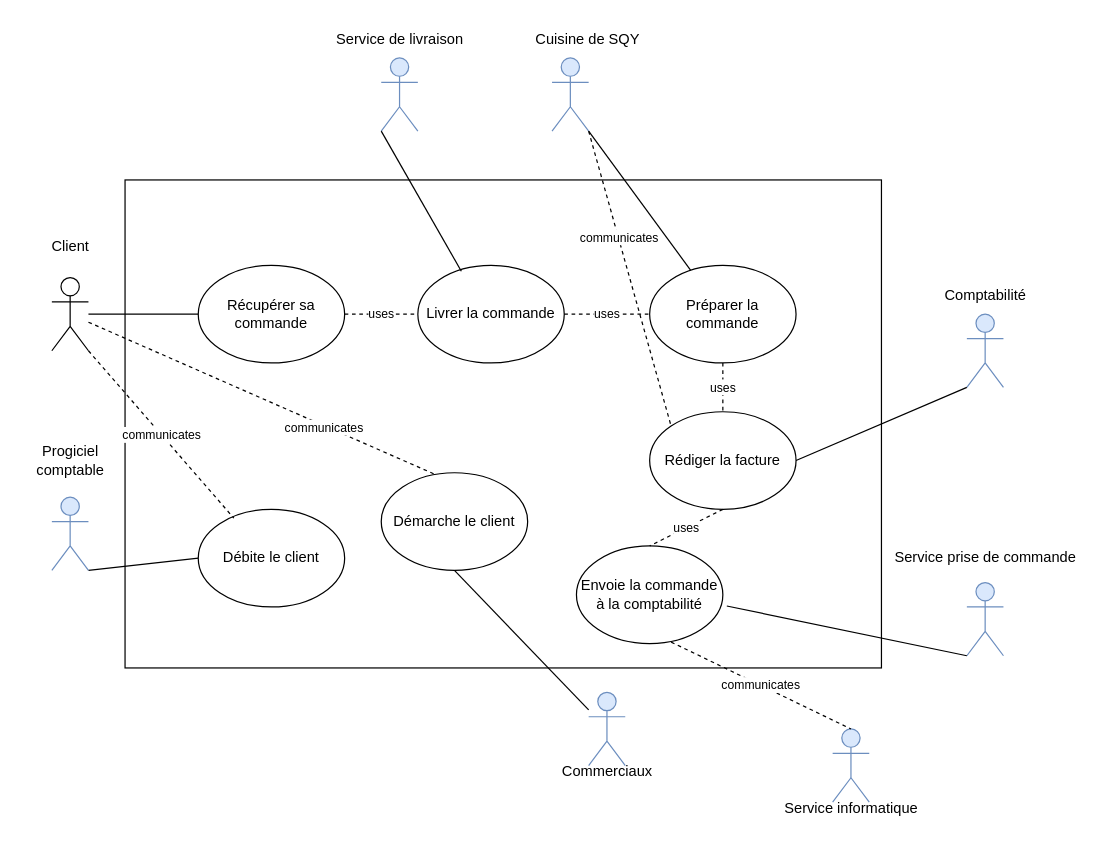
The draw.io diagram Diagramme sans nom.drawio in Pi-erren/Canard_Dodu, before the edit. Source tidied: cells renumbered, new cells numbered last; positions are measured from the earlier drawing's top-left corner, leaving out a move shared by most shapes. Both pictures are drawn from the tidied source at 122%, with x=0, y=0 at pixel (21, 21).
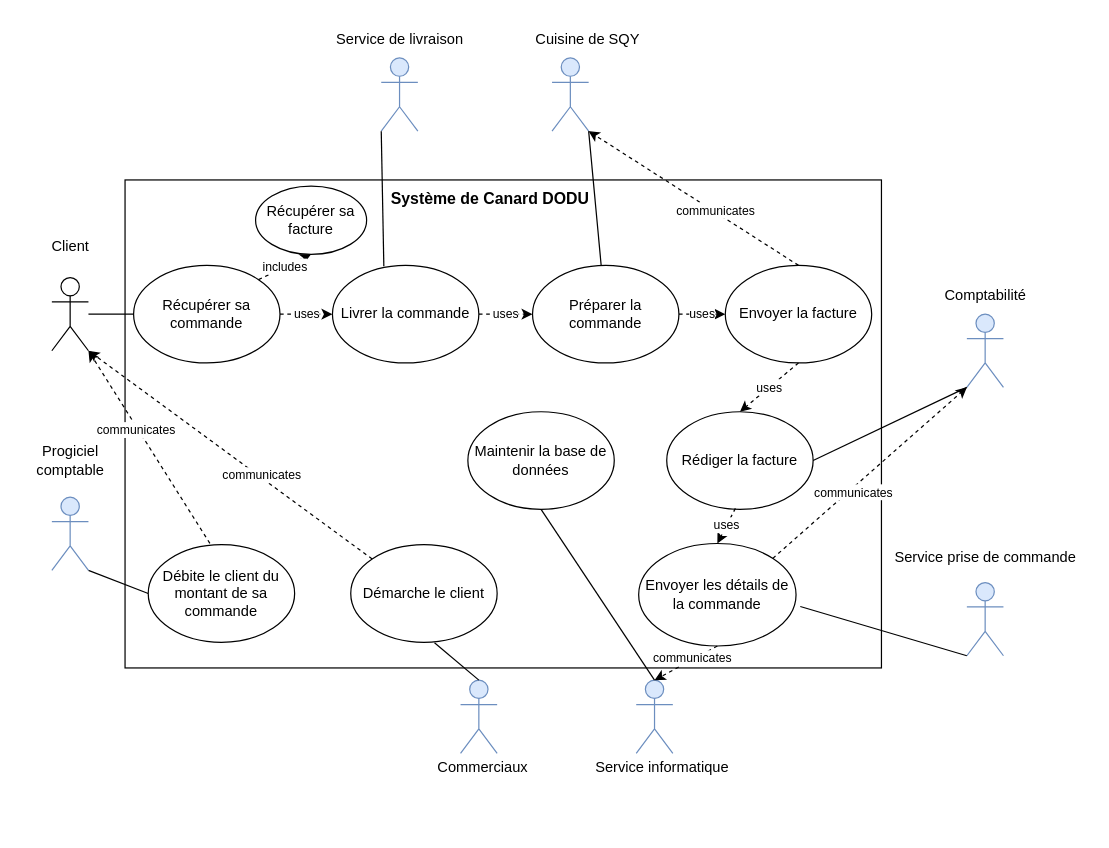
After the change.

Commit message:
Mettre à jour Diagramme sans nom.drawio

Unchanged cells that the change refers to:
```xml
<mxCell id="2" style="rounded=0;whiteSpace=wrap;html=1;" parent="1" vertex="1">
  <mxGeometry x="85" y="130" width="620" height="400" as="geometry" />
</mxCell>
<mxCell id="3" style="shape=umlActor;verticalLabelPosition=bottom;verticalAlign=top;html=1;outlineConnect=0;" parent="1" vertex="1">
  <mxGeometry x="25" y="210" width="30" height="60" as="geometry" />
</mxCell>
<mxCell id="7" style="shape=umlActor;verticalLabelPosition=bottom;verticalAlign=top;html=1;outlineConnect=0;fillColor=#dae8fc;strokeColor=#6c8ebf;" parent="1" vertex="1">
  <mxGeometry x="295" y="30" width="30" height="60" as="geometry" />
</mxCell>
<mxCell id="10" style="shape=umlActor;verticalLabelPosition=bottom;verticalAlign=top;html=1;outlineConnect=0;fillColor=#dae8fc;strokeColor=#6c8ebf;" parent="1" vertex="1">
  <mxGeometry x="435" y="30" width="30" height="60" as="geometry" />
</mxCell>
<mxCell id="14" value="&lt;blockquote style=&quot;margin: 0 0 0 40px; border: none; padding: 0px;&quot;&gt;&lt;div style=&quot;&quot;&gt;&lt;br&gt;&lt;/div&gt;&lt;/blockquote&gt;" style="shape=umlActor;verticalLabelPosition=bottom;verticalAlign=top;html=1;outlineConnect=0;fillColor=#dae8fc;strokeColor=#6c8ebf;align=center;" parent="1" vertex="1">
  <mxGeometry x="775" y="240" width="30" height="60" as="geometry" />
</mxCell>
<mxCell id="34" value="&lt;blockquote style=&quot;margin: 0 0 0 40px; border: none; padding: 0px;&quot;&gt;&lt;div style=&quot;&quot;&gt;&lt;br&gt;&lt;/div&gt;&lt;/blockquote&gt;" style="shape=umlActor;verticalLabelPosition=bottom;verticalAlign=top;html=1;outlineConnect=0;fillColor=#dae8fc;strokeColor=#6c8ebf;align=center;" parent="1" vertex="1">
  <mxGeometry x="25" y="390" width="30" height="60" as="geometry" />
</mxCell>
```

The edit, as a diff of the source:
```diff
@@
+    <mxCell id="12" value="&lt;font style=&quot;font-size: 10px;&quot;&gt;uses&lt;/font&gt;" style="edgeStyle=orthogonalEdgeStyle;rounded=0;jettySize=auto;html=1;exitX=1;exitY=0.5;exitDx=0;exitDy=0;entryX=0;entryY=0.5;entryDx=0;entryDy=0;dashed=1;" parent="1" edge="1" source="5" target="9">
+      <mxGeometry relative="1" as="geometry" />
+    </mxCell>
     <mxCell id="5" value="Récupérer sa commande" style="ellipse;whiteSpace=wrap;html=1;" parent="1" vertex="1">
-      <mxGeometry x="145" y="200" width="120" height="80" as="geometry" />
+      <mxGeometry x="92" y="200" width="120" height="80" as="geometry" />
     </mxCell>
@@
+    <mxCell id="13" value="&lt;font style=&quot;font-size: 10px;&quot;&gt;uses&lt;/font&gt;" style="edgeStyle=orthogonalEdgeStyle;rounded=0;jettySize=auto;html=1;exitX=1;exitY=0.5;exitDx=0;exitDy=0;dashed=1;" parent="1" edge="1" source="9" target="11">
+      <mxGeometry relative="1" as="geometry" />
+    </mxCell>
     <mxCell id="9" value="Livrer la commande" style="ellipse;whiteSpace=wrap;html=1;" parent="1" vertex="1">
-      <mxGeometry x="325" y="200" width="120" height="80" as="geometry" />
+      <mxGeometry x="255" y="200" width="120" height="80" as="geometry" />
     </mxCell>
@@
-    <mxCell id="11" value="Préparer la commande" style="ellipse;whiteSpace=wrap;html=1;" parent="1" vertex="1">
-      <mxGeometry x="515" y="200" width="120" height="80" as="geometry" />
-    </mxCell>
-    <mxCell id="12" value="&lt;font style=&quot;font-size: 10px;&quot;&gt;uses&lt;/font&gt;" style="endArrow=none;dashed=1;html=1;rounded=0;exitX=1;exitY=0.5;exitDx=0;exitDy=0;entryX=0;entryY=0.5;entryDx=0;entryDy=0;" parent="1" edge="1" source="5" target="9">
-      <mxGeometry relative="1" as="geometry" />
-    </mxCell>
-    <mxCell id="13" value="&lt;font style=&quot;font-size: 10px;&quot;&gt;uses&lt;/font&gt;" style="endArrow=none;dashed=1;html=1;rounded=0;entryX=0;entryY=0.5;entryDx=0;entryDy=0;" parent="1" edge="1" source="9" target="11">
-      <mxGeometry relative="1" as="geometry" />
-    </mxCell>
@@
-    <mxCell id="15" style="endArrow=none;html=1;rounded=0;entryX=0.297;entryY=0.06;entryDx=0;entryDy=0;entryPerimeter=0;textOpacity=50;exitX=0;exitY=1;exitDx=0;exitDy=0;exitPerimeter=0;" parent="1" edge="1" source="7" target="9">
+    <mxCell id="15" style="endArrow=none;html=1;rounded=0;entryX=0.351;entryY=0.009;entryDx=0;entryDy=0;entryPerimeter=0;textOpacity=50;exitX=0;exitY=1;exitDx=0;exitDy=0;exitPerimeter=0;" parent="1" edge="1" source="7" target="9">
       <mxGeometry relative="1" as="geometry" />
     </mxCell>
-    <mxCell id="16" style="endArrow=none;html=1;rounded=0;exitX=1;exitY=1;exitDx=0;exitDy=0;exitPerimeter=0;textOpacity=50;" parent="1" edge="1" source="10" target="11">
+    <mxCell id="16" style="endArrow=none;html=1;rounded=0;textOpacity=50;exitX=1;exitY=1;exitDx=0;exitDy=0;exitPerimeter=0;" parent="1" edge="1" source="10" target="11">
       <mxGeometry relative="1" as="geometry" />
     </mxCell>
     <mxCell id="17" value="Rédiger la facture" style="ellipse;whiteSpace=wrap;html=1;" parent="1" vertex="1">
-      <mxGeometry x="515" y="320" width="120" height="80" as="geometry" />
+      <mxGeometry x="529" y="320" width="120" height="80" as="geometry" />
     </mxCell>
-    <mxCell id="18" style="endArrow=none;dashed=1;html=1;rounded=0;entryX=0;entryY=0;entryDx=0;entryDy=0;exitX=1;exitY=1;exitDx=0;exitDy=0;exitPerimeter=0;" parent="1" edge="1" source="10" target="17">
-      <mxGeometry relative="1" as="geometry" />
-    </mxCell>
-    <mxCell id="19" value="&lt;font style=&quot;font-size: 10px;&quot;&gt;communicates&lt;/font&gt;" style="edgeLabel;html=1;align=center;verticalAlign=middle;" parent="18" vertex="1">
-      <mxGeometry x="-0.28" relative="1" as="geometry" />
-    </mxCell>
@@
-    <mxCell id="26" style="endArrow=none;html=1;rounded=0;exitX=1;exitY=1;exitDx=0;exitDy=0;exitPerimeter=0;entryX=0.097;entryY=0.775;entryDx=0;entryDy=0;entryPerimeter=0;" parent="1" edge="1" source="34" target="2">
+    <mxCell id="26" style="endArrow=none;html=1;rounded=0;exitX=1;exitY=1;exitDx=0;exitDy=0;exitPerimeter=0;entryX=0;entryY=0.5;entryDx=0;entryDy=0;" parent="1" edge="1" source="34" target="27">
       <mxGeometry relative="1" as="geometry" />
     </mxCell>
-    <mxCell id="27" value="Débite le client" style="ellipse;whiteSpace=wrap;html=1;" parent="1" vertex="1">
-      <mxGeometry x="145" y="400" width="120" height="80" as="geometry" />
+    <mxCell id="27" value="Débite le client du montant de sa commande" style="ellipse;whiteSpace=wrap;html=1;" parent="1" vertex="1">
+      <mxGeometry x="104" y="429" width="120" height="80" as="geometry" />
     </mxCell>
-    <mxCell id="28" value="&lt;font style=&quot;font-size: 10px;&quot;&gt;communicates&lt;/font&gt;" style="endArrow=none;dashed=1;html=1;rounded=0;exitX=1;exitY=1;exitDx=0;exitDy=0;exitPerimeter=0;entryX=0.243;entryY=0.09;entryDx=0;entryDy=0;entryPerimeter=0;" parent="1" edge="1" source="3" target="27">
-      <mxGeometry relative="1" as="geometry" />
-    </mxCell>
@@
-    <mxCell id="30" value="Envoie la commande à la comptabilité" style="ellipse;whiteSpace=wrap;html=1;" parent="1" vertex="1">
-      <mxGeometry x="455" y="430" width="120" height="80" as="geometry" />
+    <mxCell id="30" value="Envoyer les détails de la commande" style="ellipse;whiteSpace=wrap;html=1;" parent="1" vertex="1">
+      <mxGeometry x="506" y="428" width="129" height="84" as="geometry" />
     </mxCell>
-    <mxCell id="31" value="&lt;font style=&quot;font-size: 10px;&quot;&gt;uses&lt;/font&gt;" style="endArrow=none;dashed=1;html=1;rounded=0;entryX=0.5;entryY=0;entryDx=0;entryDy=0;exitX=0.5;exitY=1;exitDx=0;exitDy=0;" parent="1" edge="1" source="11" target="17">
-      <mxGeometry relative="1" as="geometry" />
-    </mxCell>
-    <mxCell id="32" value="&lt;font style=&quot;font-size: 10px;&quot;&gt;uses&lt;/font&gt;" style="endArrow=none;dashed=1;html=1;rounded=0;entryX=0.5;entryY=0;entryDx=0;entryDy=0;exitX=0.5;exitY=1;exitDx=0;exitDy=0;" parent="1" edge="1" source="17" target="30">
-      <mxGeometry relative="1" as="geometry" />
-    </mxCell>
@@
     <mxCell id="36" value="&lt;blockquote style=&quot;margin: 0 0 0 40px; border: none; padding: 0px;&quot;&gt;&lt;div style=&quot;&quot;&gt;&lt;br&gt;&lt;/div&gt;&lt;/blockquote&gt;" style="shape=umlActor;verticalLabelPosition=bottom;verticalAlign=top;html=1;outlineConnect=0;fillColor=#dae8fc;strokeColor=#6c8ebf;align=center;" parent="1" vertex="1">
-      <mxGeometry x="665" y="580" width="30" height="60" as="geometry" />
+      <mxGeometry x="504" y="540" width="30" height="60" as="geometry" />
     </mxCell>
     <mxCell id="37" value="Service informatique&lt;br&gt;" style="text;html=1;align=center;verticalAlign=middle;strokeColor=none;fillColor=none;" parent="1" vertex="1">
-      <mxGeometry x="615" y="630" width="130" height="30" as="geometry" />
+      <mxGeometry x="460" y="597" width="130" height="30" as="geometry" />
     </mxCell>
-    <mxCell id="38" value="&lt;font style=&quot;font-size: 10px;&quot;&gt;communicates&lt;/font&gt;" style="endArrow=none;dashed=1;html=1;rounded=0;exitX=0.647;exitY=0.985;exitDx=0;exitDy=0;entryX=0.5;entryY=0;entryDx=0;entryDy=0;entryPerimeter=0;exitPerimeter=0;" parent="1" edge="1" source="30" target="36">
-      <mxGeometry relative="1" as="geometry" />
-    </mxCell>
     <mxCell id="39" value="&lt;blockquote style=&quot;margin: 0 0 0 40px; border: none; padding: 0px;&quot;&gt;&lt;div style=&quot;&quot;&gt;&lt;br&gt;&lt;/div&gt;&lt;/blockquote&gt;" style="shape=umlActor;verticalLabelPosition=bottom;verticalAlign=top;html=1;outlineConnect=0;fillColor=#dae8fc;strokeColor=#6c8ebf;align=center;" parent="1" vertex="1">
-      <mxGeometry x="465" y="550" width="30" height="60" as="geometry" />
+      <mxGeometry x="360" y="540" width="30" height="60" as="geometry" />
     </mxCell>
     <mxCell id="40" value="Commerciaux" style="text;html=1;align=center;verticalAlign=middle;strokeColor=none;fillColor=none;" parent="1" vertex="1">
-      <mxGeometry x="430" y="600" width="100" height="30" as="geometry" />
+      <mxGeometry x="328" y="597" width="100" height="30" as="geometry" />
     </mxCell>
-    <mxCell id="41" style="endArrow=none;dashed=1;html=1;rounded=0;entryX=0.38;entryY=0.025;entryDx=0;entryDy=0;entryPerimeter=0;" parent="1" edge="1" source="3" target="43">
-      <mxGeometry relative="1" as="geometry" />
-    </mxCell>
-    <mxCell id="42" value="&lt;font style=&quot;font-size: 10px;&quot;&gt;communicates&lt;/font&gt;" style="edgeLabel;html=1;align=center;verticalAlign=middle;" parent="41" vertex="1">
-      <mxGeometry x="0.35" y="-1" relative="1" as="geometry" />
-    </mxCell>
     <mxCell id="43" value="Démarche le client" style="ellipse;whiteSpace=wrap;html=1;" parent="1" vertex="1">
-      <mxGeometry x="295" y="370" width="120" height="80" as="geometry" />
+      <mxGeometry x="270" y="429" width="120" height="80" as="geometry" />
     </mxCell>
-    <mxCell id="44" style="endArrow=none;html=1;rounded=0;exitX=0.5;exitY=1;exitDx=0;exitDy=0;" parent="1" edge="1" source="43" target="39">
+    <mxCell id="44" style="endArrow=none;html=1;rounded=0;exitX=0.572;exitY=1.005;exitDx=0;exitDy=0;exitPerimeter=0;entryX=0.5;entryY=0;entryDx=0;entryDy=0;entryPerimeter=0;" parent="1" edge="1" source="43" target="39">
       <mxGeometry relative="1" as="geometry" />
     </mxCell>
+    <mxCell id="32" value="&lt;font style=&quot;font-size: 10px;&quot;&gt;uses&lt;/font&gt;" style="jettySize=auto;html=1;exitX=0.469;exitY=0.99;exitDx=0;exitDy=0;dashed=1;exitPerimeter=0;entryX=0.5;entryY=0;entryDx=0;entryDy=0;rounded=0;" parent="1" edge="1" source="17" target="30">
+      <mxGeometry x="-0.01" relative="1" as="geometry" />
+    </mxCell>
+    <mxCell id="45" style="rounded=0;jettySize=auto;html=1;exitX=0;exitY=0;exitDx=0;exitDy=0;entryX=1;entryY=1;entryDx=0;entryDy=0;entryPerimeter=0;dashed=1;" parent="1" edge="1" source="43" target="3">
+      <mxGeometry relative="1" as="geometry" />
+    </mxCell>
+    <mxCell id="46" value="&lt;font style=&quot;font-size: 10px;&quot;&gt;communicates&lt;/font&gt;" style="edgeLabel;html=1;align=center;verticalAlign=middle;" parent="45" vertex="1">
+      <mxGeometry x="-0.2" y="-2" relative="1" as="geometry" />
+    </mxCell>
+    <mxCell id="47" style="rounded=0;jettySize=auto;html=1;exitX=0.421;exitY=-0.014;exitDx=0;exitDy=0;entryX=1;entryY=1;entryDx=0;entryDy=0;entryPerimeter=0;dashed=1;exitPerimeter=0;" parent="1" edge="1" source="27" target="3">
+      <mxGeometry relative="1" as="geometry" />
+    </mxCell>
+    <mxCell id="48" value="&lt;font style=&quot;font-size: 10px;&quot;&gt;communicates&lt;/font&gt;" style="edgeLabel;html=1;align=center;verticalAlign=middle;" parent="47" vertex="1">
+      <mxGeometry x="0.2" y="2" relative="1" as="geometry" />
+    </mxCell>
+    <mxCell id="38" style="rounded=0;jettySize=auto;html=1;exitX=0.5;exitY=1;exitDx=0;exitDy=0;dashed=1;entryX=0.5;entryY=0;entryDx=0;entryDy=0;entryPerimeter=0;" parent="1" edge="1" source="30" target="36">
+      <mxGeometry relative="1" as="geometry" />
+    </mxCell>
+    <mxCell id="49" value="&lt;font style=&quot;font-size: 10px;&quot;&gt;communicates&lt;/font&gt;" style="edgeLabel;html=1;align=center;verticalAlign=middle;" parent="38" vertex="1">
+      <mxGeometry x="-0.2" y="-2" relative="1" as="geometry" />
+    </mxCell>
+    <mxCell id="50" value="Maintenir la base de données" style="ellipse;whiteSpace=wrap;html=1;" parent="1" vertex="1">
+      <mxGeometry x="366" y="320" width="120" height="80" as="geometry" />
+    </mxCell>
+    <mxCell id="51" style="endArrow=none;html=1;rounded=0;exitX=0.5;exitY=1;exitDx=0;exitDy=0;entryX=0.5;entryY=0;entryDx=0;entryDy=0;entryPerimeter=0;" parent="1" edge="1" source="50" target="36">
+      <mxGeometry relative="1" as="geometry" />
+    </mxCell>
+    <mxCell id="11" value="Préparer la commande" style="ellipse;whiteSpace=wrap;html=1;" parent="1" vertex="1">
+      <mxGeometry x="419" y="200" width="120" height="80" as="geometry" />
+    </mxCell>
+    <mxCell id="52" value="Envoyer la facture" style="ellipse;whiteSpace=wrap;html=1;" parent="1" vertex="1">
+      <mxGeometry x="577" y="200" width="120" height="80" as="geometry" />
+    </mxCell>
+    <mxCell id="53" value="&lt;font style=&quot;font-size: 10px;&quot;&gt;uses&lt;/font&gt;" style="rounded=0;jettySize=auto;html=1;exitX=0.5;exitY=1;exitDx=0;exitDy=0;dashed=1;entryX=0.5;entryY=0;entryDx=0;entryDy=0;" parent="1" edge="1" source="52" target="17">
+      <mxGeometry relative="1" as="geometry" />
+    </mxCell>
+    <mxCell id="54" style="rounded=0;jettySize=auto;html=1;exitX=0.5;exitY=0;exitDx=0;exitDy=0;entryX=1;entryY=1;entryDx=0;entryDy=0;entryPerimeter=0;dashed=1;" parent="1" edge="1" source="52" target="10">
+      <mxGeometry relative="1" as="geometry" />
+    </mxCell>
+    <mxCell id="55" value="&lt;font style=&quot;font-size: 10px;&quot;&gt;communicates&lt;/font&gt;" style="edgeLabel;html=1;align=center;verticalAlign=middle;" parent="54" vertex="1">
+      <mxGeometry x="-0.2" y="-2" relative="1" as="geometry" />
+    </mxCell>
+    <mxCell id="56" value="&lt;font style=&quot;font-size: 10px;&quot;&gt;uses&lt;/font&gt;" style="edgeStyle=orthogonalEdgeStyle;rounded=0;jettySize=auto;html=1;dashed=1;entryX=0;entryY=0.5;entryDx=0;entryDy=0;exitX=1;exitY=0.5;exitDx=0;exitDy=0;" parent="1" edge="1" source="11" target="52">
+      <mxGeometry relative="1" as="geometry" />
+    </mxCell>
+    <mxCell id="57" style="rounded=0;jettySize=auto;html=1;exitX=1;exitY=0;exitDx=0;exitDy=0;entryX=0;entryY=1;entryDx=0;entryDy=0;entryPerimeter=0;dashed=1;" parent="1" edge="1" source="30" target="14">
+      <mxGeometry relative="1" as="geometry" />
+    </mxCell>
+    <mxCell id="58" value="&lt;font style=&quot;font-size: 10px;&quot;&gt;communicates&lt;/font&gt;" style="edgeLabel;html=1;align=center;verticalAlign=middle;" parent="57" vertex="1">
+      <mxGeometry x="-0.2" y="-2" relative="1" as="geometry" />
+    </mxCell>
+    <mxCell id="59" value="Récupérer sa facture" style="ellipse;whiteSpace=wrap;html=1;" parent="1" vertex="1">
+      <mxGeometry x="192" y="135" width="91" height="56" as="geometry" />
+    </mxCell>
+    <mxCell id="60" value="&lt;font style=&quot;font-size: 10px;&quot;&gt;includes&lt;/font&gt;" style="rounded=0;jettySize=auto;html=1;exitX=1;exitY=0;exitDx=0;exitDy=0;entryX=0.5;entryY=1;entryDx=0;entryDy=0;dashed=1;" parent="1" edge="1" source="5" target="59">
+      <mxGeometry relative="1" as="geometry" />
+    </mxCell>
+    <mxCell id="61" value="&lt;b&gt;&lt;font style=&quot;font-size: 13px;&quot;&gt;Système de Canard DODU&lt;/font&gt;&lt;/b&gt;" style="text;html=1;align=center;verticalAlign=middle;strokeColor=none;fillColor=none;" parent="1" vertex="1">
+      <mxGeometry x="293" y="131" width="181" height="28" as="geometry" />
+    </mxCell>
```
